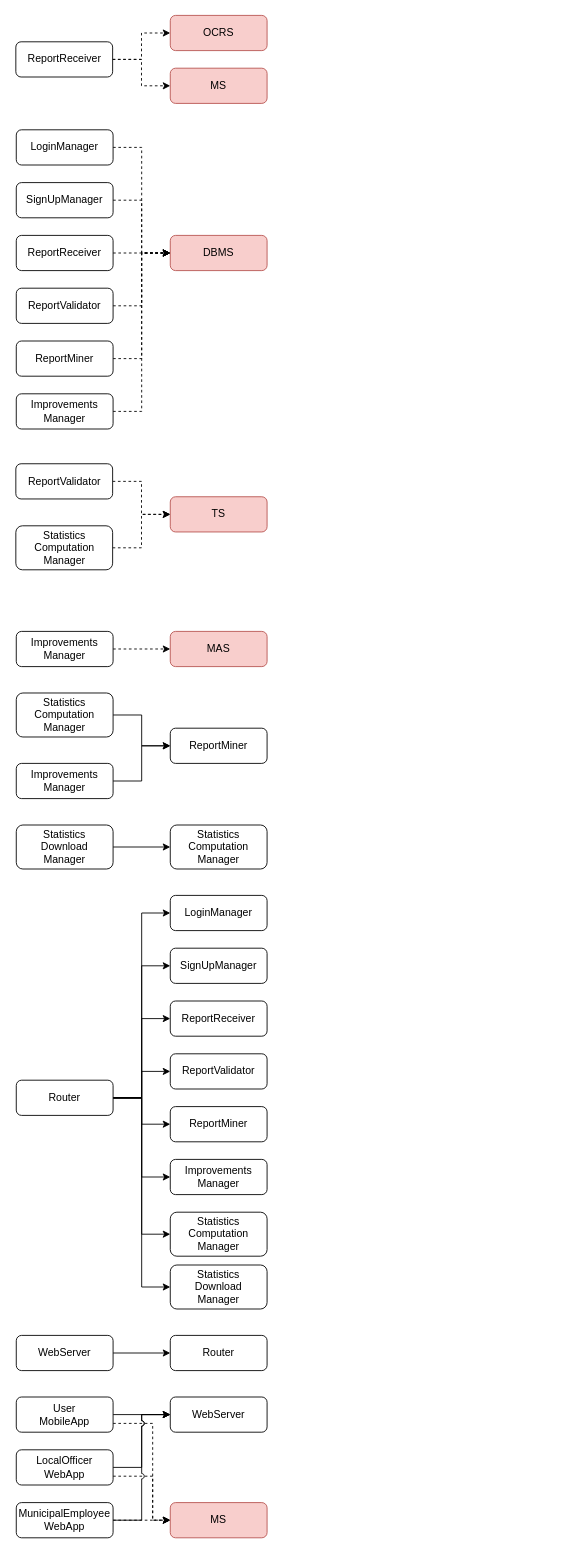
Earlier version of the draw.io diagram DD/images/IntegrationDependencies.drawio (MarkNuar/Project_SE2). Source tidied: cells renumbered, new cells numbered last; positions are measured from the earlier drawing's top-left corner, leaving out a move shared by most shapes. Both pictures are drawn from the tidied source at 88%, with x=0, y=0 at pixel (16, 15).
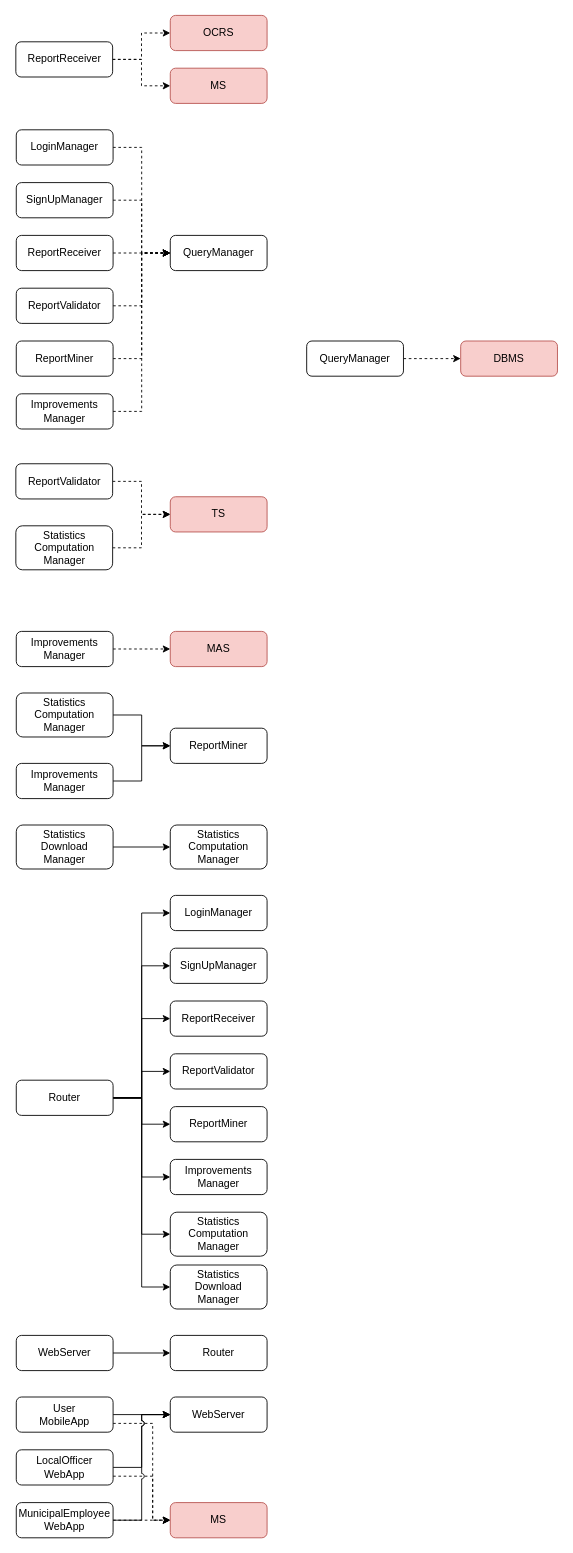
The same page after the edit.

What changed in the source:
```diff
@@
-    <mxCell id="41" value="DBMS" style="rounded=1;whiteSpace=wrap;html=1;fillColor=#f8cecc;strokeColor=#b85450;" parent="1" vertex="1">
+    <mxCell id="41" value="QueryManager" style="rounded=1;whiteSpace=wrap;html=1;fillColor=#FFFFFF;strokeColor=#000000;" parent="1" vertex="1">
       <mxGeometry x="175" y="250" width="110" height="40" as="geometry" />
     </mxCell>
@@
+    <mxCell id="68" value="DBMS" style="rounded=1;whiteSpace=wrap;html=1;fillColor=#f8cecc;strokeColor=#b85450;" parent="1" vertex="1">
+      <mxGeometry x="505" y="370" width="110" height="40" as="geometry" />
+    </mxCell>
+    <mxCell id="69" style="edgeStyle=orthogonalEdgeStyle;rounded=0;jumpStyle=arc;jettySize=auto;html=1;dashed=1;" parent="1" edge="1" source="70" target="68">
+      <mxGeometry relative="1" as="geometry" />
+    </mxCell>
+    <mxCell id="70" value="QueryManager" style="rounded=1;whiteSpace=wrap;html=1;" parent="1" vertex="1">
+      <mxGeometry x="330" y="370" width="110" height="40" as="geometry" />
+    </mxCell>
```
